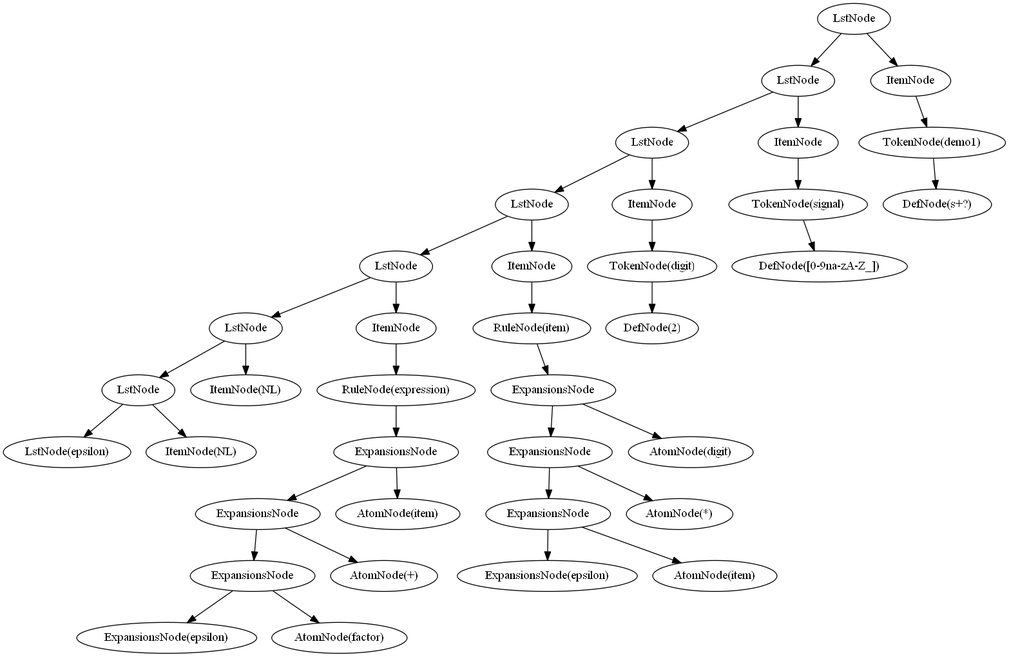
lishuhuakai/TinyYACC keeps this Graphviz diagram as SyntaxTree.png. Above is the earlier version. Its source is kept beside it as SyntaxTree.gv.
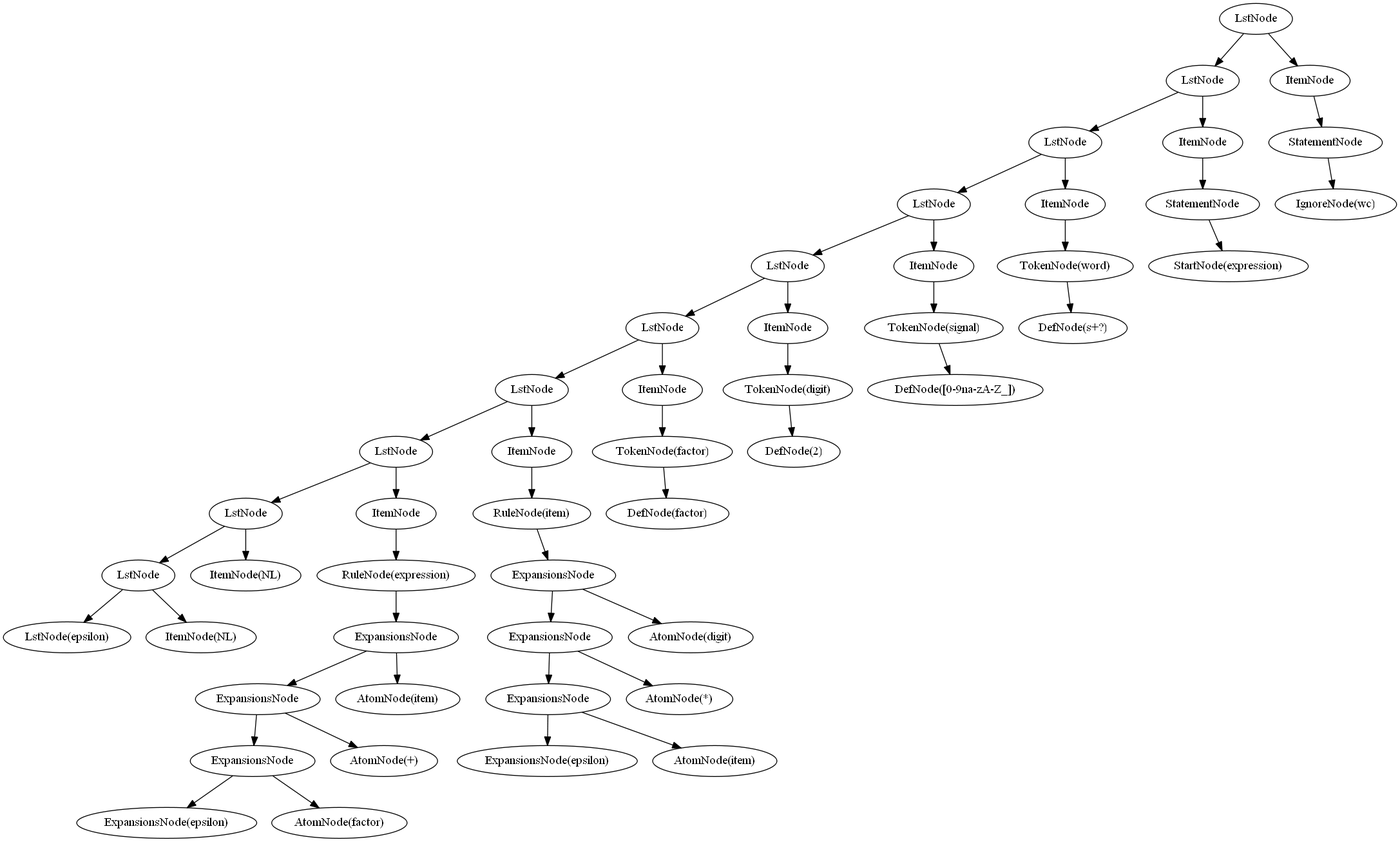
After the change.

Change to the diagram source:
```diff
@@ -6,70 +6,92 @@
 eE45[label="LstNode"];
 fF56[label="LstNode"];
 gG67[label="LstNode"];
-hH78[label="LstNode(epsilon)"];
-iI89[label="ItemNode(NL)"];
-jJ90[label="ItemNode(NL)"];
-kK01[label="ItemNode"];
-lL12[label="RuleNode(expression)"];
-mM23[label="ExpansionsNode"];
-nN34[label="ExpansionsNode"];
-oO45[label="ExpansionsNode"];
-pP56[label="ExpansionsNode(epsilon)"];
-qQ67[label="AtomNode(factor)"];
-rR78[label="AtomNode(+)"];
-sS89[label="AtomNode(item)"];
-tT90[label="ItemNode"];
-uU01[label="RuleNode(item)"];
-vV12[label="ExpansionsNode"];
-wW23[label="ExpansionsNode"];
-xX34[label="ExpansionsNode"];
-yY45[label="ExpansionsNode(epsilon)"];
-zZ56[label="AtomNode(item)"];
-aA67[label="AtomNode(*)"];
-bB78[label="AtomNode(digit)"];
-cC89[label="ItemNode"];
-dD90[label="TokenNode(digit)"];
-eE01[label="DefNode(2)"];
+hH78[label="LstNode"];
+iI89[label="LstNode"];
+jJ90[label="LstNode"];
+kK01[label="LstNode(epsilon)"];
+lL12[label="ItemNode(NL)"];
+mM23[label="ItemNode(NL)"];
+nN34[label="ItemNode"];
+oO45[label="RuleNode(expression)"];
+pP56[label="ExpansionsNode"];
+qQ67[label="ExpansionsNode"];
+rR78[label="ExpansionsNode"];
+sS89[label="ExpansionsNode(epsilon)"];
+tT90[label="AtomNode(factor)"];
+uU01[label="AtomNode(+)"];
+vV12[label="AtomNode(item)"];
+wW23[label="ItemNode"];
+xX34[label="RuleNode(item)"];
+yY45[label="ExpansionsNode"];
+zZ56[label="ExpansionsNode"];
+aA67[label="ExpansionsNode"];
+bB78[label="ExpansionsNode(epsilon)"];
+cC89[label="AtomNode(item)"];
+dD90[label="AtomNode(*)"];
+eE01[label="AtomNode(digit)"];
 fF12[label="ItemNode"];
-gG23[label="TokenNode(signal)"];
-hH34[label="DefNode([0-9na-zA-Z_])"];
+gG23[label="TokenNode(factor)"];
+hH34[label="DefNode(factor)"];
 iI45[label="ItemNode"];
-jJ56[label="TokenNode(demo1)"];
-kK67[label="DefNode(\s+?)"];
+jJ56[label="TokenNode(digit)"];
+kK67[label="DefNode(2)"];
+lL78[label="ItemNode"];
+mM89[label="TokenNode(signal)"];
+nN90[label="DefNode([0-9na-zA-Z_])"];
+oO01[label="ItemNode"];
+pP12[label="TokenNode(word)"];
+qQ23[label="DefNode(\s+?)"];
+rR34[label="ItemNode"];
+sS45[label="StatementNode"]
+tT56[label="StartNode(expression)"]uU67[label="ItemNode"];
+vV78[label="StatementNode"]
+wW89[label="IgnoreNode(wc)"]jJ90->kK01
+jJ90->lL12
+iI89->jJ90
+iI89->mM23
+hH78->iI89
+rR78->sS89
+rR78->tT90
+qQ67->rR78
+qQ67->uU01
+pP56->qQ67
+pP56->vV12
+oO45->pP56
+nN34->oO45
+hH78->nN34
 gG67->hH78
-gG67->iI89
+aA67->bB78
+aA67->cC89
+zZ56->aA67
+zZ56->dD90
+yY45->zZ56
+yY45->eE01
+xX34->yY45
+wW23->xX34
+gG67->wW23
 fF56->gG67
-fF56->jJ90
-eE45->fF56
-oO45->pP56
-oO45->qQ67
-nN34->oO45
-nN34->rR78
-mM23->nN34
-mM23->sS89
-lL12->mM23
-kK01->lL12
-eE45->kK01
-dD34->eE45
-xX34->yY45
-xX34->zZ56
-wW23->xX34
-wW23->aA67
-vV12->wW23
-vV12->bB78
-uU01->vV12
-tT90->uU01
-dD34->tT90
-cC23->dD34
-dD90->eE01
-cC89->dD90
-cC23->cC89
-bB12->cC23
 gG23->hH34
 fF12->gG23
-bB12->fF12
-aA01->bB12
+fF56->fF12
+eE45->fF56
 jJ56->kK67
 iI45->jJ56
-aA01->iI45
+eE45->iI45
+dD34->eE45
+mM89->nN90
+lL78->mM89
+dD34->lL78
+cC23->dD34
+pP12->qQ23
+oO01->pP12
+cC23->oO01
+bB12->cC23
+sS45->tT56
+rR34->sS45
+bB12->rR34
+aA01->bB12
+vV78->wW89
+uU67->vV78
+aA01->uU67
 }
```
